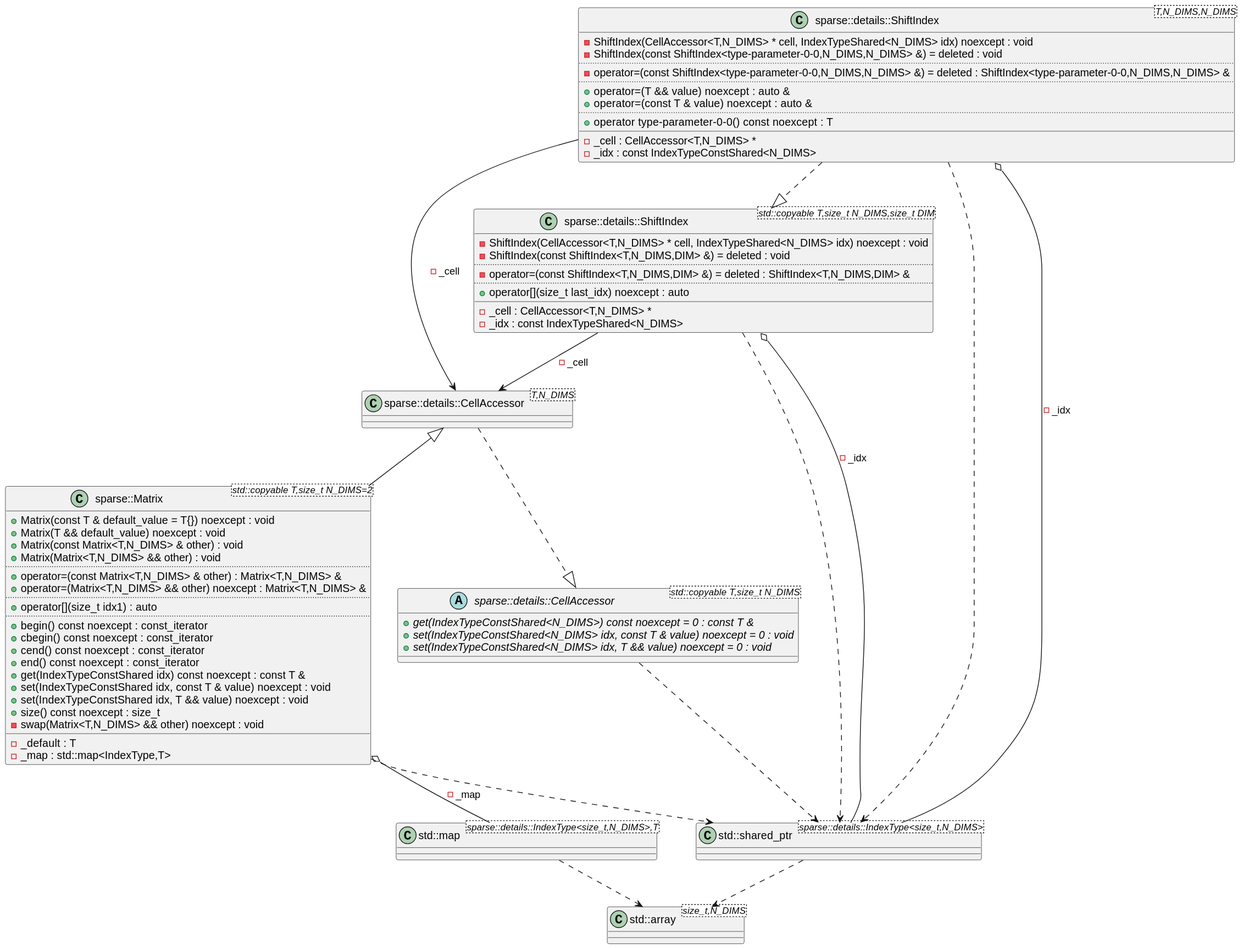
Earlier version of the PlantUML export puml/class_diagram.svg (nj-eka/sparse_matrix). Source of this version:
```plantuml
@startuml
class "std::array<size_t,N_DIMS>" as C_0001633597064224137669
class C_0001633597064224137669 {
__
}
class "std::shared_ptr<sparse::details::IndexType<size_t,N_DIMS>>" as C_0001136170508500136644
class C_0001136170508500136644 {
__
}
class "std::map<sparse::details::IndexType<size_t,N_DIMS>,T>" as C_0002101388404201062680
class C_0002101388404201062680 {
__
}
abstract "sparse::details::CellAccessor<std::copyable T,size_t N_DIMS>" as C_0002212443975218405385
abstract C_0002212443975218405385 {
{abstract} +get(IndexTypeConstShared<N_DIMS>) const noexcept = 0 : const T &
{abstract} +set(IndexTypeConstShared<N_DIMS> idx, const T & value) noexcept = 0 : void
{abstract} +set(IndexTypeConstShared<N_DIMS> idx, T && value) noexcept = 0 : void
__
}
class "sparse::details::CellAccessor<T,N_DIMS>" as C_0000419081589640496338
class C_0000419081589640496338 {
__
}
class "sparse::details::ShiftIndex<std::copyable T,size_t N_DIMS,size_t DIM>" as C_0000136384432202654581
class C_0000136384432202654581 {
-ShiftIndex(CellAccessor<T,N_DIMS> * cell, IndexTypeShared<N_DIMS> idx) noexcept : void
-ShiftIndex(const ShiftIndex<T,N_DIMS,DIM> &) = deleted : void
..
-operator=(const ShiftIndex<T,N_DIMS,DIM> &) = deleted : ShiftIndex<T,N_DIMS,DIM> &
..
+operator[](size_t last_idx) noexcept : auto
__
-_cell : CellAccessor<T,N_DIMS> *
-_idx : const IndexTypeShared<N_DIMS>
}
class "sparse::details::ShiftIndex<T,N_DIMS,N_DIMS>" as C_0002263803576604671280
class C_0002263803576604671280 {
-ShiftIndex(CellAccessor<T,N_DIMS> * cell, IndexTypeShared<N_DIMS> idx) noexcept : void
-ShiftIndex(const ShiftIndex<type-parameter-0-0,N_DIMS,N_DIMS> &) = deleted : void
..
-operator=(const ShiftIndex<type-parameter-0-0,N_DIMS,N_DIMS> &) = deleted : ShiftIndex<type-parameter-0-0,N_DIMS,N_DIMS> &
..
+operator=(T && value) noexcept : auto &
+operator=(const T & value) noexcept : auto &
..
+operator type-parameter-0-0() const noexcept : T
__
-_cell : CellAccessor<T,N_DIMS> *
-_idx : const IndexTypeConstShared<N_DIMS>
}
class "sparse::Matrix<std::copyable T,size_t N_DIMS=2>" as C_0000163967524215595475
class C_0000163967524215595475 {
+Matrix(const T & default_value = T{}) noexcept : void
+Matrix(T && default_value) noexcept : void
+Matrix(const Matrix<T,N_DIMS> & other) : void
+Matrix(Matrix<T,N_DIMS> && other) : void
..
+operator=(const Matrix<T,N_DIMS> & other) : Matrix<T,N_DIMS> &
+operator=(Matrix<T,N_DIMS> && other) noexcept : Matrix<T,N_DIMS> &
..
+operator[](size_t idx1) : auto
..
+begin() const noexcept : const_iterator
+cbegin() const noexcept : const_iterator
+cend() const noexcept : const_iterator
+end() const noexcept : const_iterator
+get(IndexTypeConstShared idx) const noexcept : const T &
+set(IndexTypeConstShared idx, const T & value) noexcept : void
+set(IndexTypeConstShared idx, T && value) noexcept : void
+size() const noexcept : size_t
-swap(Matrix<T,N_DIMS> && other) noexcept : void
__
-_default : T
-_map : std::map<IndexType,T>
}
C_0001136170508500136644 ..> C_0001633597064224137669
C_0002101388404201062680 ..> C_0001633597064224137669
C_0002212443975218405385 ..> C_0001136170508500136644
C_0000419081589640496338 ..|> C_0002212443975218405385
C_0000136384432202654581 ..> C_0001136170508500136644
C_0000136384432202654581 --> C_0000419081589640496338 : -_cell
C_0000136384432202654581 o-- C_0001136170508500136644 : -_idx
C_0002263803576604671280 ..> C_0001136170508500136644
C_0002263803576604671280 --> C_0000419081589640496338 : -_cell
C_0002263803576604671280 o-- C_0001136170508500136644 : -_idx
C_0002263803576604671280 ..|> C_0000136384432202654581
C_0000163967524215595475 ..> C_0001136170508500136644
C_0000163967524215595475 o-- C_0002101388404201062680 : -_map
C_0000419081589640496338 <|-- C_0000163967524215595475

@enduml
```
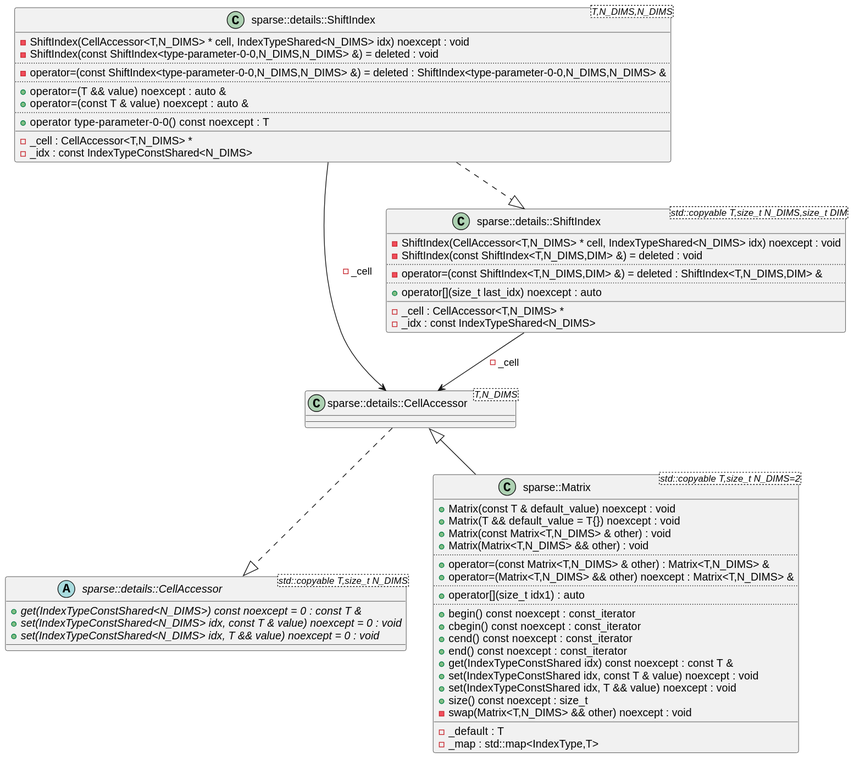
After the change.

Commit message:
update matrix ctor &&

Diff of the diagram source:
```diff
@@ -1,16 +1,4 @@
 @startuml
-class "std::array<size_t,N_DIMS>" as C_0001633597064224137669
-class C_0001633597064224137669 {
-__
-}
-class "std::shared_ptr<sparse::details::IndexType<size_t,N_DIMS>>" as C_0001136170508500136644
-class C_0001136170508500136644 {
-__
-}
-class "std::map<sparse::details::IndexType<size_t,N_DIMS>,T>" as C_0002101388404201062680
-class C_0002101388404201062680 {
-__
-}
 abstract "sparse::details::CellAccessor<std::copyable T,size_t N_DIMS>" as C_0002212443975218405385
 abstract C_0002212443975218405385 {
 {abstract} +get(IndexTypeConstShared<N_DIMS>) const noexcept = 0 : const T &
@@ -51,8 +39,8 @@
 }
 class "sparse::Matrix<std::copyable T,size_t N_DIMS=2>" as C_0000163967524215595475
 class C_0000163967524215595475 {
-+Matrix(const T & default_value = T{}) noexcept : void
-+Matrix(T && default_value) noexcept : void
++Matrix(const T & default_value) noexcept : void
++Matrix(T && default_value = T{}) noexcept : void
 +Matrix(const Matrix<T,N_DIMS> & other) : void
 +Matrix(Matrix<T,N_DIMS> && other) : void
 ..
@@ -74,19 +62,10 @@
 -_default : T
 -_map : std::map<IndexType,T>
 }
-C_0001136170508500136644 ..> C_0001633597064224137669
-C_0002101388404201062680 ..> C_0001633597064224137669
-C_0002212443975218405385 ..> C_0001136170508500136644
 C_0000419081589640496338 ..|> C_0002212443975218405385
-C_0000136384432202654581 ..> C_0001136170508500136644
 C_0000136384432202654581 --> C_0000419081589640496338 : -_cell
-C_0000136384432202654581 o-- C_0001136170508500136644 : -_idx
-C_0002263803576604671280 ..> C_0001136170508500136644
 C_0002263803576604671280 --> C_0000419081589640496338 : -_cell
-C_0002263803576604671280 o-- C_0001136170508500136644 : -_idx
 C_0002263803576604671280 ..|> C_0000136384432202654581
-C_0000163967524215595475 ..> C_0001136170508500136644
-C_0000163967524215595475 o-- C_0002101388404201062680 : -_map
 C_0000419081589640496338 <|-- C_0000163967524215595475
 
 @enduml
```
